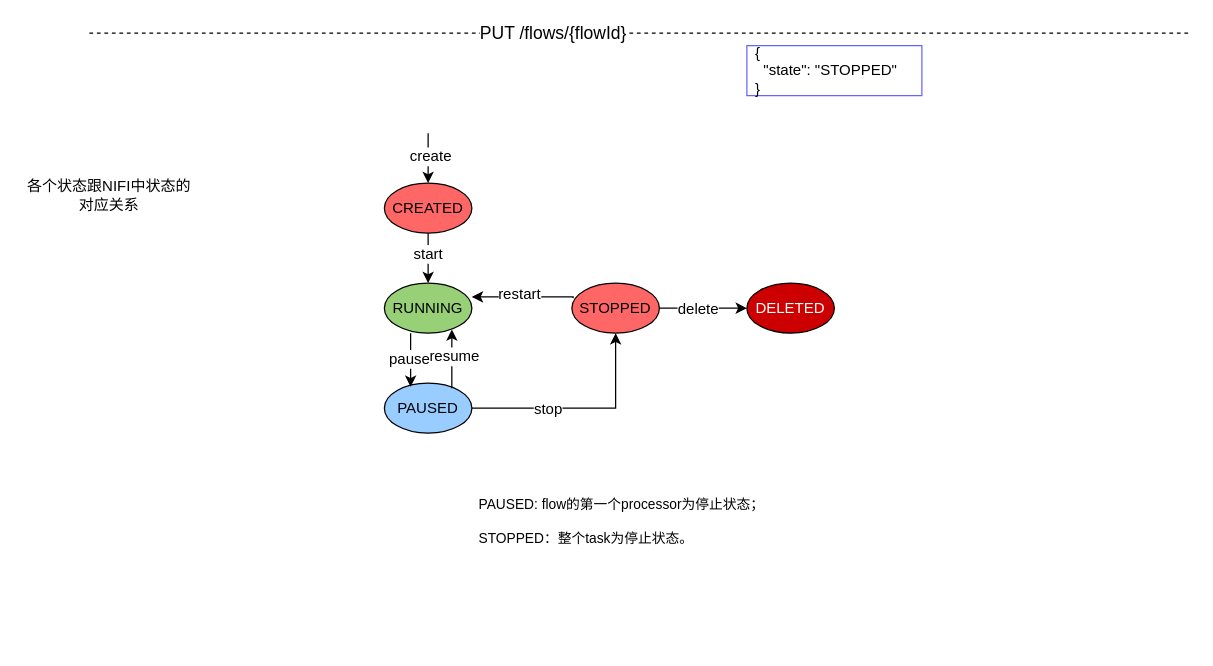
Earlier version of the draw.io diagram page "状态转换" (11 of 16) of 自助式接入.drawio (dophinlife/drawio). Source tidied: cells renumbered, new cells numbered last; positions are measured from the earlier drawing's top-left corner, leaving out a move shared by most shapes. Both pictures are drawn from the tidied source at 125%, with x=0, y=0 at pixel (21, 32).
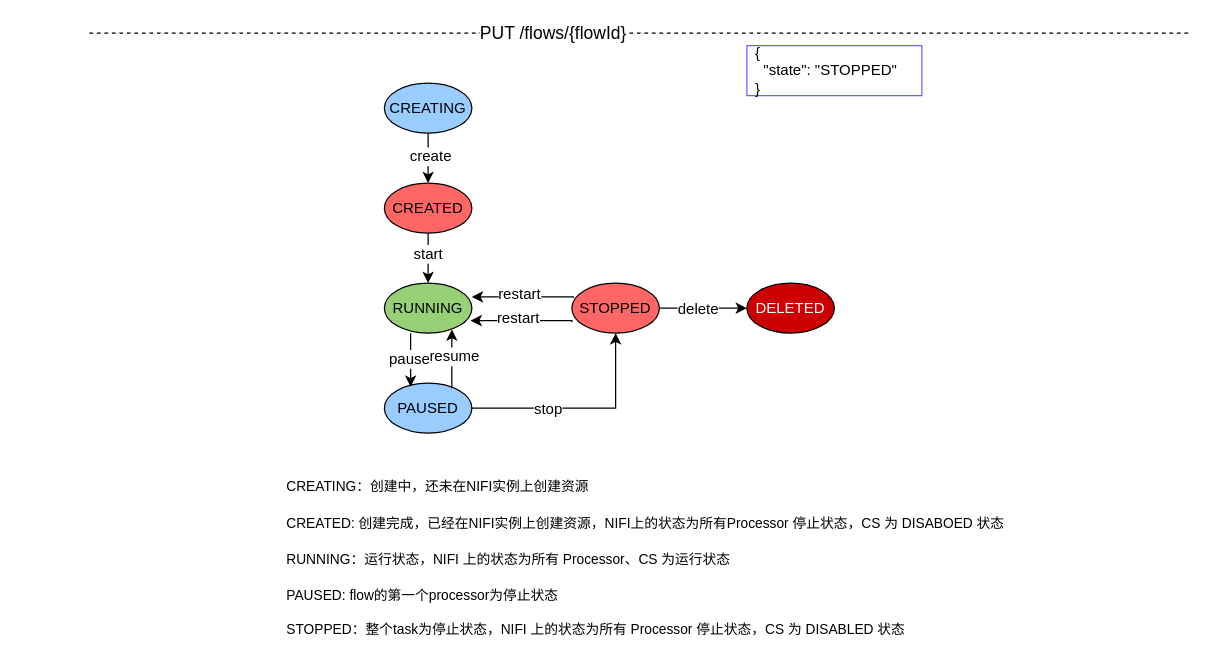
The same page after the edit.

What changed in the source:
```diff
@@
-    <mxCell id="18" value="&lt;font style=&quot;font-size: 11px&quot;&gt;PAUSED: flow的第一个processor为停止状态；&lt;br&gt;&lt;br&gt;&lt;/font&gt;&lt;div style=&quot;text-align: left ; font-size: 11px&quot;&gt;&lt;span&gt;&lt;font style=&quot;font-size: 11px&quot;&gt;STOPPED：整个task为停止状态。&lt;/font&gt;&lt;/span&gt;&lt;/div&gt;" style="text;html=1;strokeColor=none;fillColor=none;align=center;verticalAlign=middle;whiteSpace=wrap;rounded=0;fontColor=#000000;" parent="1" vertex="1">
-      <mxGeometry x="350" y="380" width="260" height="20" as="geometry" />
+    <mxCell id="18" value="&lt;font style=&quot;font-size: 11px&quot;&gt;CREATING：创建中，还未在NIFI实例上创建资源&lt;br&gt;&lt;br&gt;CREATED: 创建完成，已经在NIFI实例上创建资源，NIFI上的状态为所有Processor 停止状态，CS 为 DISABOED 状态&lt;br&gt;&lt;br&gt;RUNNING：运行状态，NIFI 上的状态为所有 Processor、CS 为运行状态&lt;br&gt;&lt;br&gt;PAUSED: flow的第一个processor为停止状态&lt;br&gt;&lt;br&gt;&lt;/font&gt;&lt;div style=&quot;font-size: 11px&quot;&gt;&lt;span&gt;&lt;font style=&quot;font-size: 11px&quot;&gt;STOPPED：整个task为停止状态，NIFI 上的状态为所有 Processor 停止状态，CS 为 DISABLED 状态&lt;/font&gt;&lt;/span&gt;&lt;/div&gt;" style="text;html=1;strokeColor=none;fillColor=none;align=left;verticalAlign=middle;whiteSpace=wrap;rounded=0;fontColor=#000000;" parent="1" vertex="1">
+      <mxGeometry x="210" y="350" width="600" height="140" as="geometry" />
     </mxCell>
@@
-    <mxCell id="28" value="各个状态跟NIFI中状态的对应关系" style="text;html=1;strokeColor=none;fillColor=none;align=center;verticalAlign=middle;whiteSpace=wrap;rounded=0;" parent="1" vertex="1">
-      <mxGeometry y="120" width="140" height="20" as="geometry" />
-    </mxCell>
+    <mxCell id="29" value="CREATING" style="ellipse;whiteSpace=wrap;html=1;fillColor=#99CCFF;" parent="1" vertex="1">
+      <mxGeometry x="290" y="40" width="70" height="40" as="geometry" />
+    </mxCell>
+    <mxCell id="30" style="edgeStyle=orthogonalEdgeStyle;rounded=0;orthogonalLoop=1;jettySize=auto;html=1;entryX=1;entryY=0.275;entryDx=0;entryDy=0;exitX=0.014;exitY=0.3;exitDx=0;exitDy=0;entryPerimeter=0;exitPerimeter=0;" parent="1" edge="1">
+      <mxGeometry relative="1" as="geometry">
+        <mxPoint x="440" y="231" as="sourcePoint" />
+        <mxPoint x="359" y="230" as="targetPoint" />
+        <Array as="points">
+          <mxPoint x="440" y="230" />
+        </Array>
+      </mxGeometry>
+    </mxCell>
+    <mxCell id="31" value="restart" style="text;html=1;align=center;verticalAlign=middle;labelBackgroundColor=#ffffff;fontColor=#000000;" parent="30" vertex="1">
+      <mxGeometry x="0.1" y="-3" relative="1" as="geometry" />
+    </mxCell>
```
